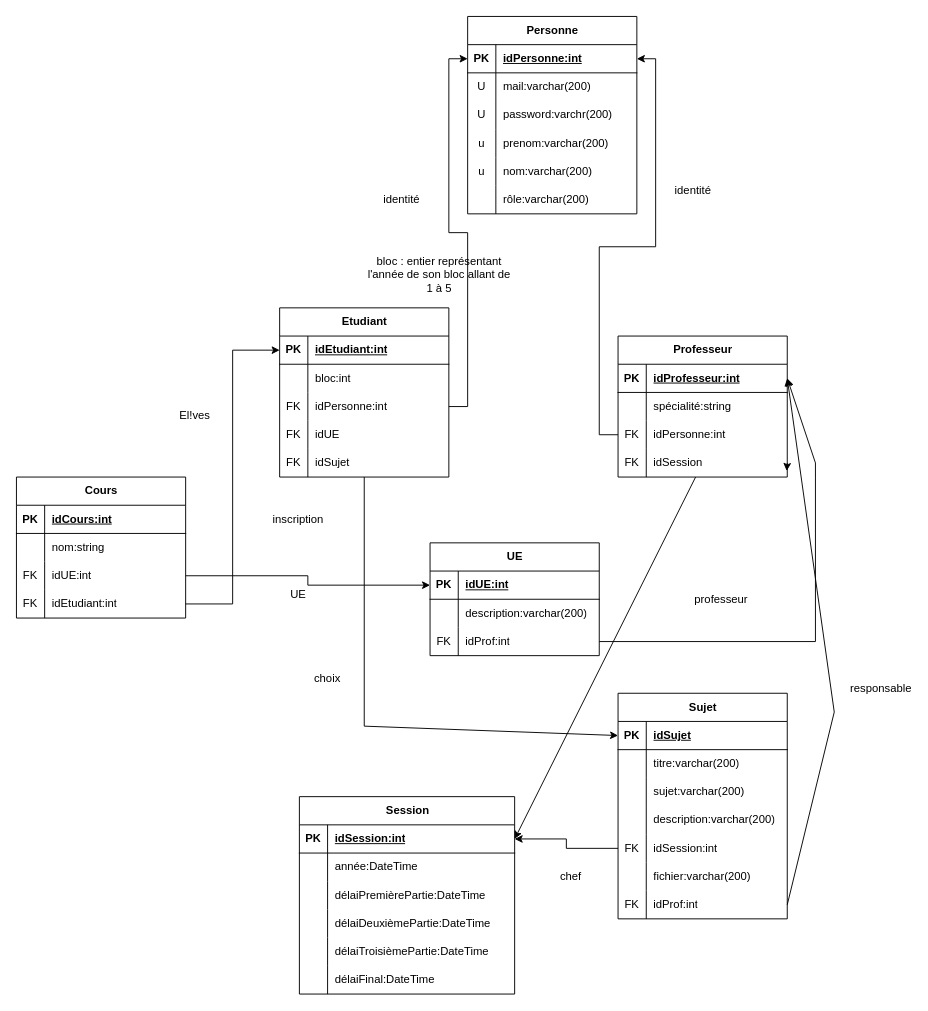
Earlier version of the draw.io diagram page "Schéma relationnel" (1 of 2) of Docs/diagrammes/entiteRelationBD.drawio (Eragon6080/ProjetLogiciel2024). Source tidied: cells renumbered, new cells numbered last; positions are measured from the earlier drawing's top-left corner, leaving out a move shared by most shapes. Both pictures are drawn from the tidied source at 94%, with x=0, y=0 at pixel (16, 16).
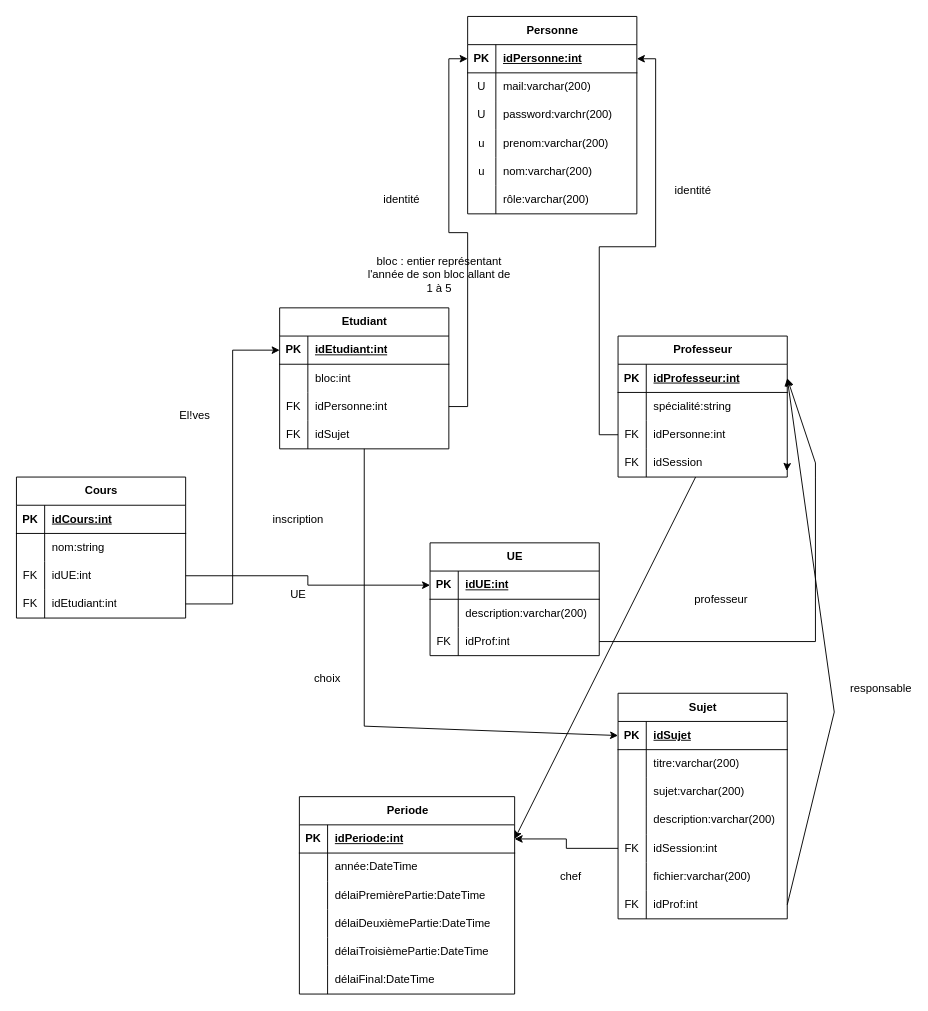
The same diagram, later.

Unchanged cells that the change refers to:
```xml
<mxCell id="96" style="shape=tableRow;horizontal=0;startSize=0;swimlaneHead=0;swimlaneBody=0;fillColor=none;points=[[0,0.5],[1,0.5]];portConstraint=eastwest;top=0;left=0;right=0;bottom=1;" parent="95" vertex="1">
  <mxGeometry y="30" width="229" height="30" as="geometry" />
</mxCell>
```

The edit, as a diff of the source:
```diff
@@
     <mxCell id="60" value="Etudiant" style="shape=table;startSize=30;childLayout=tableLayout;rowLines=0;fontStyle=1;align=center;html=1;" parent="1" vertex="1">
-      <mxGeometry x="280" y="310" width="180" height="180" as="geometry" />
+      <mxGeometry x="280" y="310" width="180" height="150" as="geometry" />
     </mxCell>
@@
-    <mxCell id="70" style="shape=tableRow;horizontal=0;startSize=0;swimlaneHead=0;swimlaneBody=0;fillColor=none;top=0;left=0;right=0;bottom=0;" parent="60" vertex="1">
-      <mxGeometry y="120" width="180" height="30" as="geometry" />
-    </mxCell>
-    <mxCell id="71" value="FK" style="shape=partialRectangle;fillColor=none;top=0;left=0;bottom=0;right=0;overflow=hidden;whiteSpace=wrap;html=1;" parent="70" vertex="1">
-      <mxGeometry width="30" height="30" as="geometry" />
-    </mxCell>
-    <mxCell id="72" value="idUE" style="shape=partialRectangle;fillColor=none;top=0;left=0;bottom=0;right=0;align=left;spacingLeft=6;overflow=hidden;whiteSpace=wrap;html=1;" parent="70" vertex="1">
-      <mxGeometry x="30" width="150" height="30" as="geometry" />
-    </mxCell>
     <mxCell id="73" style="shape=tableRow;horizontal=0;startSize=0;swimlaneHead=0;swimlaneBody=0;fillColor=none;points=[[0,0.5],[1,0.5]];portConstraint=eastwest;top=0;left=0;right=0;bottom=0;" parent="60" vertex="1">
-      <mxGeometry y="150" width="180" height="30" as="geometry" />
+      <mxGeometry y="120" width="180" height="30" as="geometry" />
     </mxCell>
@@
-    <mxCell id="95" value="Session" style="shape=table;startSize=30;childLayout=tableLayout;rowLines=0;fontStyle=1;align=center;html=1;" parent="1" vertex="1">
+    <mxCell id="95" value="Periode" style="shape=table;startSize=30;childLayout=tableLayout;rowLines=0;fontStyle=1;align=center;html=1;" parent="1" vertex="1">
       <mxGeometry x="301" y="830" width="229" height="210" as="geometry" />
     </mxCell>
@@
-    <mxCell id="98" value="idSession:int" style="shape=partialRectangle;fillColor=none;top=0;left=0;bottom=0;right=0;align=left;spacingLeft=6;fontStyle=5;overflow=hidden;whiteSpace=wrap;html=1;" parent="96" vertex="1">
+    <mxCell id="98" value="idPeriode:int" style="shape=partialRectangle;fillColor=none;top=0;left=0;bottom=0;right=0;align=left;spacingLeft=6;fontStyle=5;overflow=hidden;whiteSpace=wrap;html=1;" parent="96" vertex="1">
       <mxGeometry x="30" width="199" height="30" as="geometry" />
     </mxCell>
```
